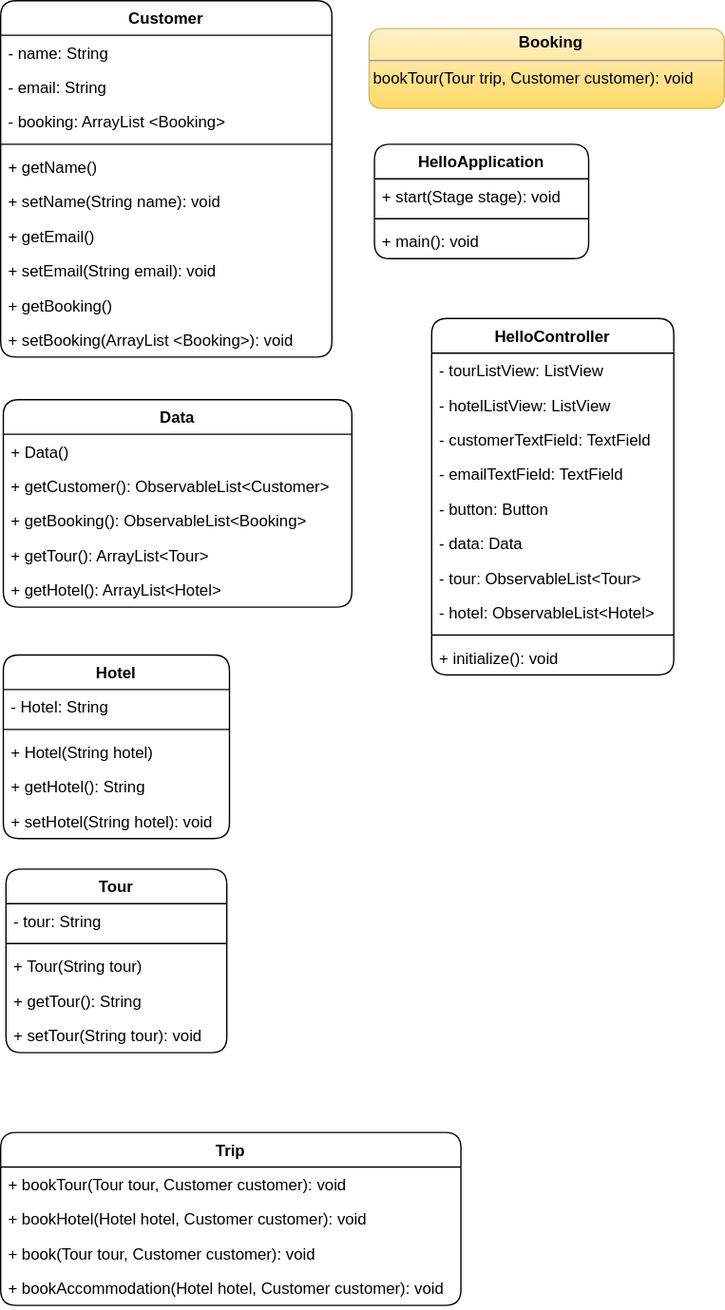
Before: ProjectDiagram.svg, a diagram exported from draw.io (elisabetj/BookingSystem). Source tidied: cells renumbered, new cells last; positions are measured from the earlier drawing's top-left corner, leaving out a move shared by most shapes.
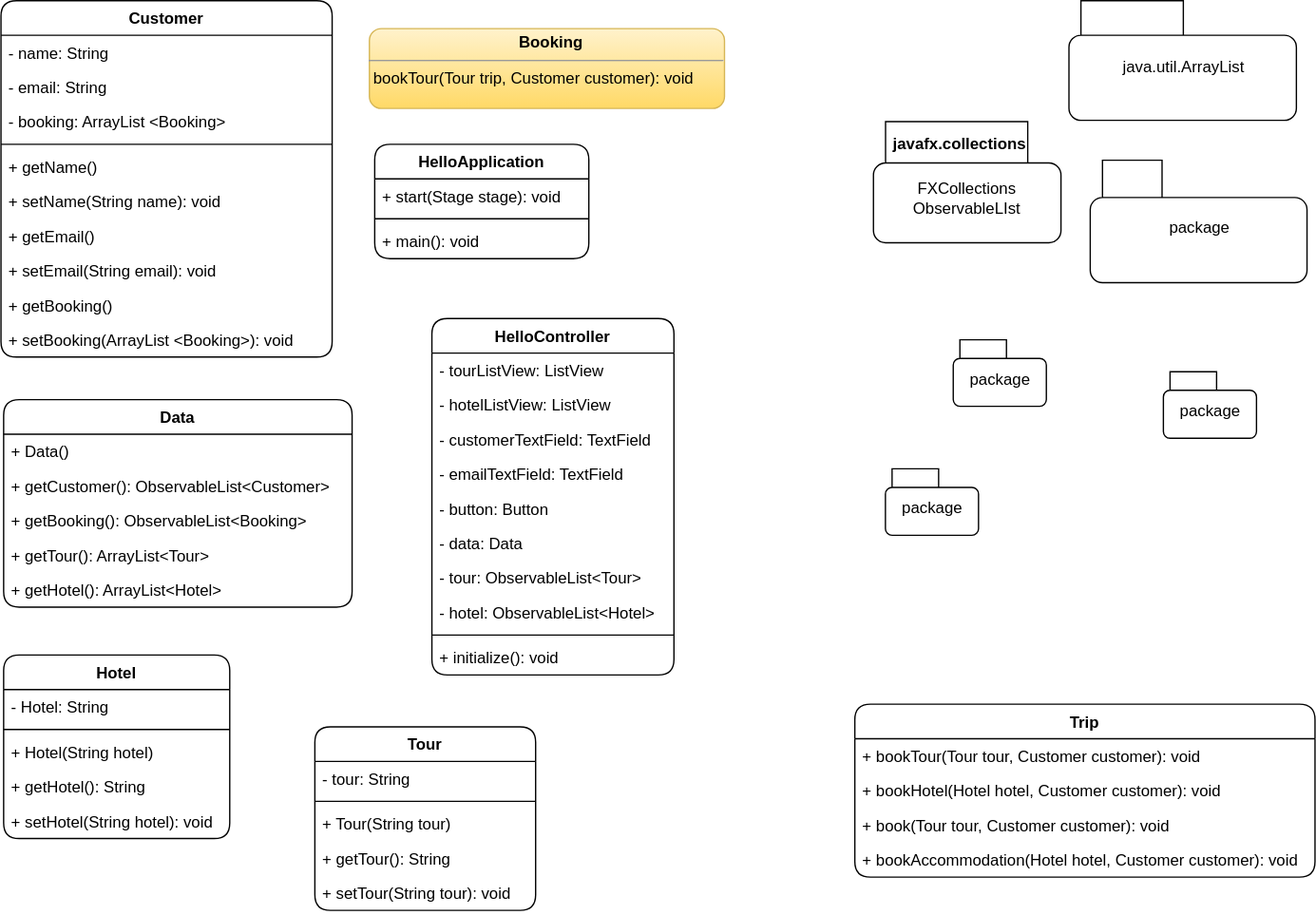
Later version of the same file.

The edit, as a diff of the source:
```diff
@@ -11,7 +11,7 @@
     <mxCell id="4" value="- email: String" style="text;strokeColor=none;fillColor=none;align=left;verticalAlign=top;spacingLeft=4;spacingRight=4;overflow=hidden;rounded=1;" parent="2" vertex="1">
       <mxGeometry y="52" width="249" height="26" as="geometry" />
     </mxCell>
-    <mxCell id="5" value="- booking: ArrayList &lt;Booking&gt;" style="text;strokeColor=none;fillColor=none;align=left;verticalAlign=top;spacingLeft=4;spacingRight=4;overflow=hidden;" parent="2" vertex="1">
+    <mxCell id="5" value="- booking: ArrayList &lt;Booking&gt;" style="text;strokeColor=none;fillColor=none;align=left;verticalAlign=top;spacingLeft=4;spacingRight=4;overflow=hidden;rounded=1;" parent="2" vertex="1">
       <mxGeometry y="78" width="249" height="26" as="geometry" />
     </mxCell>
     <mxCell id="6" style="line;strokeWidth=1;fillColor=none;align=left;verticalAlign=middle;spacingTop=-1;spacingLeft=3;spacingRight=3;labelPosition=right;rounded=1;" parent="2" vertex="1">
@@ -20,19 +20,19 @@
     <mxCell id="7" value="+ getName()" style="text;strokeColor=none;fillColor=none;align=left;verticalAlign=top;spacingLeft=4;spacingRight=4;overflow=hidden;rounded=1;" parent="2" vertex="1">
       <mxGeometry y="112" width="249" height="26" as="geometry" />
     </mxCell>
-    <mxCell id="8" value="+ setName(String name): void " style="text;strokeColor=none;fillColor=none;align=left;verticalAlign=top;spacingLeft=4;spacingRight=4;overflow=hidden;" parent="2" vertex="1">
+    <mxCell id="8" value="+ setName(String name): void " style="text;strokeColor=none;fillColor=none;align=left;verticalAlign=top;spacingLeft=4;spacingRight=4;overflow=hidden;rounded=1;" parent="2" vertex="1">
       <mxGeometry y="138" width="249" height="26" as="geometry" />
     </mxCell>
-    <mxCell id="9" value="+ getEmail()" style="text;strokeColor=none;fillColor=none;align=left;verticalAlign=top;spacingLeft=4;spacingRight=4;overflow=hidden;" parent="2" vertex="1">
+    <mxCell id="9" value="+ getEmail()" style="text;strokeColor=none;fillColor=none;align=left;verticalAlign=top;spacingLeft=4;spacingRight=4;overflow=hidden;rounded=1;" parent="2" vertex="1">
       <mxGeometry y="164" width="249" height="26" as="geometry" />
     </mxCell>
-    <mxCell id="10" value="+ setEmail(String email): void" style="text;strokeColor=none;fillColor=none;align=left;verticalAlign=top;spacingLeft=4;spacingRight=4;overflow=hidden;" parent="2" vertex="1">
+    <mxCell id="10" value="+ setEmail(String email): void" style="text;strokeColor=none;fillColor=none;align=left;verticalAlign=top;spacingLeft=4;spacingRight=4;overflow=hidden;rounded=1;" parent="2" vertex="1">
       <mxGeometry y="190" width="249" height="26" as="geometry" />
     </mxCell>
-    <mxCell id="11" value="+ getBooking()" style="text;strokeColor=none;fillColor=none;align=left;verticalAlign=top;spacingLeft=4;spacingRight=4;overflow=hidden;" parent="2" vertex="1">
+    <mxCell id="11" value="+ getBooking()" style="text;strokeColor=none;fillColor=none;align=left;verticalAlign=top;spacingLeft=4;spacingRight=4;overflow=hidden;rounded=1;" parent="2" vertex="1">
       <mxGeometry y="216" width="249" height="26" as="geometry" />
     </mxCell>
-    <mxCell id="12" value="+ setBooking(ArrayList &lt;Booking&gt;): void" style="text;strokeColor=none;fillColor=none;align=left;verticalAlign=top;spacingLeft=4;spacingRight=4;overflow=hidden;" parent="2" vertex="1">
+    <mxCell id="12" value="+ setBooking(ArrayList &lt;Booking&gt;): void" style="text;strokeColor=none;fillColor=none;align=left;verticalAlign=top;spacingLeft=4;spacingRight=4;overflow=hidden;rounded=1;" parent="2" vertex="1">
       <mxGeometry y="242" width="249" height="26" as="geometry" />
     </mxCell>
     <mxCell id="13" value="&lt;p style=&quot;margin:0px;margin-top:4px;text-align:center;&quot;&gt;&lt;b&gt;&amp;nbsp; Booking&lt;/b&gt;&lt;/p&gt;&lt;hr size=&quot;1&quot;&gt;&lt;div style=&quot;height:2px;&quot;&gt;&amp;nbsp;bookTour(Tour trip, Customer customer): void&lt;br&gt;&lt;/div&gt;" style="verticalAlign=top;align=left;overflow=fill;fontSize=12;fontFamily=Helvetica;html=1;rounded=1;fillColor=#fff2cc;gradientColor=#ffd966;strokeColor=#d6b656;" parent="1" vertex="1">
@@ -120,7 +120,7 @@
       <mxGeometry y="112" width="170" height="26" as="geometry" />
     </mxCell>
     <mxCell id="41" value="Tour" style="swimlane;fontStyle=1;align=center;verticalAlign=top;horizontal=1;startSize=26;rounded=1;" parent="1" vertex="1">
-      <mxGeometry x="4" y="653" width="166" height="138" as="geometry" />
+      <mxGeometry x="236" y="546" width="166" height="138" as="geometry" />
     </mxCell>
     <mxCell id="42" value="- tour: String" style="text;strokeColor=none;fillColor=none;align=left;verticalAlign=top;spacingLeft=4;spacingRight=4;overflow=hidden;rounded=1;" parent="41" vertex="1">
       <mxGeometry y="26" width="166" height="26" as="geometry" />
@@ -138,7 +138,7 @@
       <mxGeometry y="112" width="166" height="26" as="geometry" />
     </mxCell>
     <mxCell id="47" value="Trip" style="swimlane;fontStyle=1;align=center;verticalAlign=top;horizontal=1;startSize=26;rounded=1;" parent="1" vertex="1">
-      <mxGeometry y="851" width="346" height="130" as="geometry" />
+      <mxGeometry x="642" y="529" width="346" height="130" as="geometry" />
     </mxCell>
     <mxCell id="48" value="+ bookTour(Tour tour, Customer customer): void" style="text;strokeColor=none;fillColor=none;align=left;verticalAlign=top;spacingLeft=4;spacingRight=4;overflow=hidden;rounded=1;" parent="47" vertex="1">
       <mxGeometry y="26" width="346" height="26" as="geometry" />
@@ -152,5 +152,26 @@
     <mxCell id="51" value="+ bookAccommodation(Hotel hotel, Customer customer): void" style="text;strokeColor=none;fillColor=none;align=left;verticalAlign=top;spacingLeft=4;spacingRight=4;overflow=hidden;rounded=1;" parent="47" vertex="1">
       <mxGeometry y="104" width="346" height="26" as="geometry" />
     </mxCell>
+    <mxCell id="52" value="java.util.ArrayList" style="shape=folder;fontStyle=0;spacingTop=10;tabWidth=86;tabHeight=26;tabPosition=left;html=1;rounded=1;" parent="1" vertex="1">
+      <mxGeometry x="803" width="171" height="90" as="geometry" />
+    </mxCell>
+    <mxCell id="53" value="&lt;br&gt;FXCollections&lt;br&gt;ObservableLIst" style="shape=folder;fontStyle=0;spacingTop=10;tabWidth=116;tabHeight=31;tabPosition=left;html=1;rounded=1;verticalAlign=middle;" parent="1" vertex="1">
+      <mxGeometry x="656" y="91" width="141" height="91" as="geometry" />
+    </mxCell>
+    <mxCell id="54" value="package" style="shape=folder;fontStyle=0;spacingTop=10;tabWidth=40;tabHeight=14;tabPosition=left;html=1;rounded=1;" parent="1" vertex="1">
+      <mxGeometry x="716" y="255" width="70" height="50" as="geometry" />
+    </mxCell>
+    <mxCell id="55" value="package" style="shape=folder;fontStyle=0;spacingTop=10;tabWidth=40;tabHeight=14;tabPosition=left;html=1;rounded=1;" parent="1" vertex="1">
+      <mxGeometry x="665" y="352" width="70" height="50" as="geometry" />
+    </mxCell>
+    <mxCell id="56" value="package" style="shape=folder;fontStyle=0;spacingTop=10;tabWidth=54;tabHeight=28;tabPosition=left;html=1;rounded=1;" parent="1" vertex="1">
+      <mxGeometry x="819" y="120" width="163" height="92" as="geometry" />
+    </mxCell>
+    <mxCell id="57" value="package" style="shape=folder;fontStyle=0;spacingTop=10;tabWidth=40;tabHeight=14;tabPosition=left;html=1;rounded=1;" parent="1" vertex="1">
+      <mxGeometry x="874" y="279" width="70" height="50" as="geometry" />
+    </mxCell>
+    <mxCell id="58" value="javafx.collections" style="text;align=center;fontStyle=1;verticalAlign=middle;spacingLeft=3;spacingRight=3;strokeColor=none;rounded=1;" parent="1" vertex="1">
+      <mxGeometry x="681" y="94" width="80" height="26" as="geometry" />
+    </mxCell>
   </root>
 </mxGraphModel>
```
